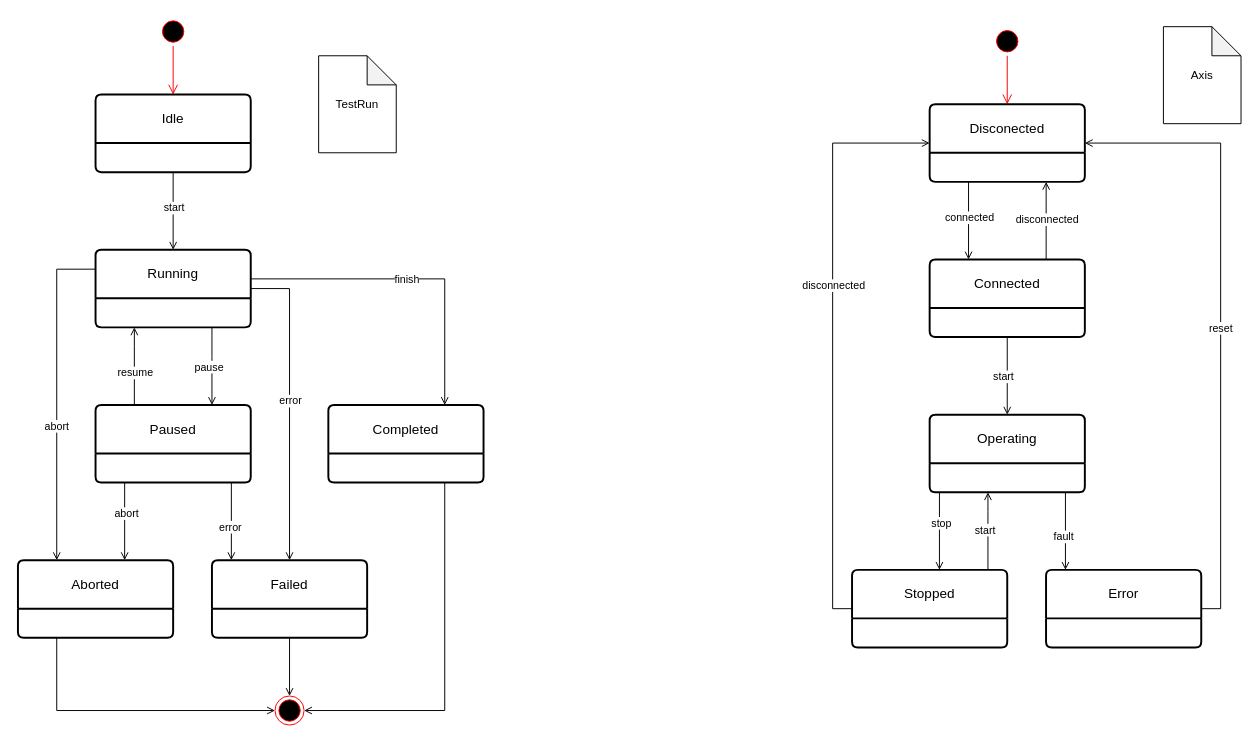
This is page "ДС" (3 of 3) of docs/diagrams/analytics-artifacts.drawio from TarkWight/uas-test-system, a draw.io file, before an edit. Source tidied: cells renumbered, new cells numbered last; positions are measured from the earlier drawing's top-left corner, leaving out a move shared by most shapes. Both pictures are drawn from the tidied source at 97%, with x=0, y=0 at pixel (17, 16).
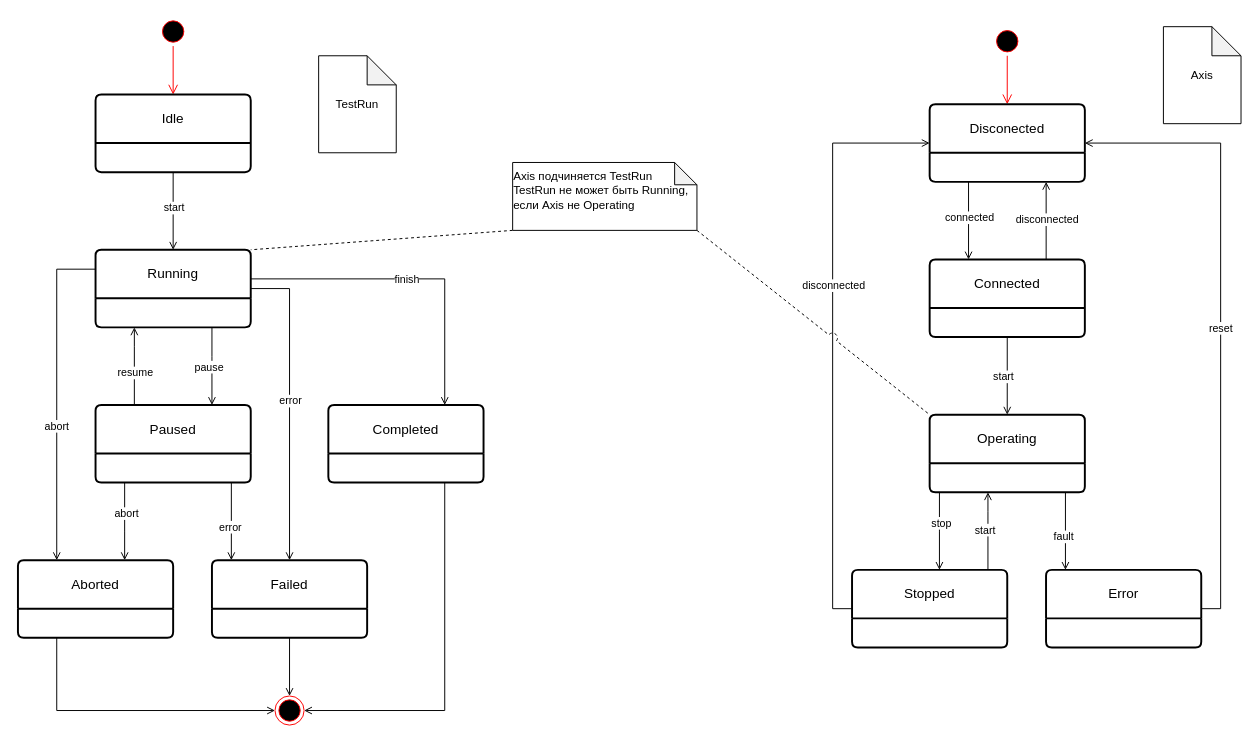
Above is the later version.

Commit message:
? update SD: add invariant (TestRun - Axis)

Unchanged cells that the change refers to:
```xml
<mxCell id="16" value="Running" style="swimlane;horizontal=1;startSize=50;rounded=1;fontSize=14;fontStyle=0;strokeWidth=2;shadow=0;dashed=0;align=center;arcSize=4;whiteSpace=wrap;html=1;" parent="1" vertex="1">
  <mxGeometry x="80" y="240" width="160" height="80" as="geometry" />
</mxCell>
<mxCell id="49" value="Operating" style="swimlane;horizontal=1;startSize=50;rounded=1;fontSize=14;fontStyle=0;strokeWidth=2;shadow=0;dashed=0;align=center;arcSize=4;whiteSpace=wrap;html=1;" parent="1" vertex="1">
  <mxGeometry x="939.9" y="410" width="160" height="80" as="geometry" />
</mxCell>
```

Change to the diagram source:
```diff
@@
+    <mxCell id="55" style="rounded=0;jettySize=auto;html=1;dashed=1;endArrow=none;endFill=0;orthogonal=1;" parent="1" edge="1" source="57" target="16">
+      <mxGeometry relative="1" as="geometry" />
+    </mxCell>
+    <mxCell id="56" style="rounded=0;jettySize=auto;html=1;dashed=1;endArrow=none;endFill=0;flowAnimation=0;noJump=0;enumerate=0;comic=0;orthogonal=1;jumpStyle=arc;jumpSize=10;" parent="1" edge="1" source="57" target="49">
+      <mxGeometry relative="1" as="geometry" />
+    </mxCell>
+    <mxCell id="57" value="&lt;div style=&quot;text-align: left;&quot;&gt;&lt;span class=&quot;s1&quot; style=&quot;background-color: transparent; color: light-dark(rgb(0, 0, 0), rgb(255, 255, 255));&quot;&gt;Axis&lt;/span&gt;&lt;span style=&quot;background-color: transparent; color: light-dark(rgb(0, 0, 0), rgb(255, 255, 255));&quot;&gt; подчиняется &lt;/span&gt;&lt;span class=&quot;s1&quot; style=&quot;background-color: transparent; color: light-dark(rgb(0, 0, 0), rgb(255, 255, 255));&quot;&gt;TestRun&lt;/span&gt;&lt;/div&gt;&lt;span style=&quot;background-color: transparent; color: light-dark(rgb(0, 0, 0), rgb(255, 255, 255));&quot;&gt;&lt;div style=&quot;text-align: left;&quot;&gt;&lt;span style=&quot;background-color: transparent; color: light-dark(rgb(0, 0, 0), rgb(255, 255, 255));&quot;&gt;TestRun&lt;/span&gt;&lt;span class=&quot;s1&quot; style=&quot;background-color: transparent; color: light-dark(rgb(0, 0, 0), rgb(255, 255, 255));&quot;&gt; &lt;/span&gt;&lt;span class=&quot;s2&quot; style=&quot;background-color: transparent; color: light-dark(rgb(0, 0, 0), rgb(255, 255, 255));&quot;&gt;не может&lt;/span&gt;&lt;span class=&quot;s1&quot; style=&quot;background-color: transparent; color: light-dark(rgb(0, 0, 0), rgb(255, 255, 255));&quot;&gt; быть &lt;/span&gt;&lt;span style=&quot;background-color: transparent; color: light-dark(rgb(0, 0, 0), rgb(255, 255, 255));&quot;&gt;Running&lt;/span&gt;&lt;span class=&quot;s1&quot; style=&quot;background-color: transparent; color: light-dark(rgb(0, 0, 0), rgb(255, 255, 255));&quot;&gt;, если Axis не &lt;/span&gt;&lt;span style=&quot;background-color: transparent; color: light-dark(rgb(0, 0, 0), rgb(255, 255, 255));&quot;&gt;Operating&lt;/span&gt;&lt;/div&gt;&lt;/span&gt;&lt;p&gt;&lt;/p&gt;" style="shape=note;whiteSpace=wrap;html=1;backgroundOutline=1;darkOpacity=0.05;size=23;" parent="1" vertex="1">
+      <mxGeometry x="510" y="150" width="190" height="70" as="geometry" />
+    </mxCell>
```
